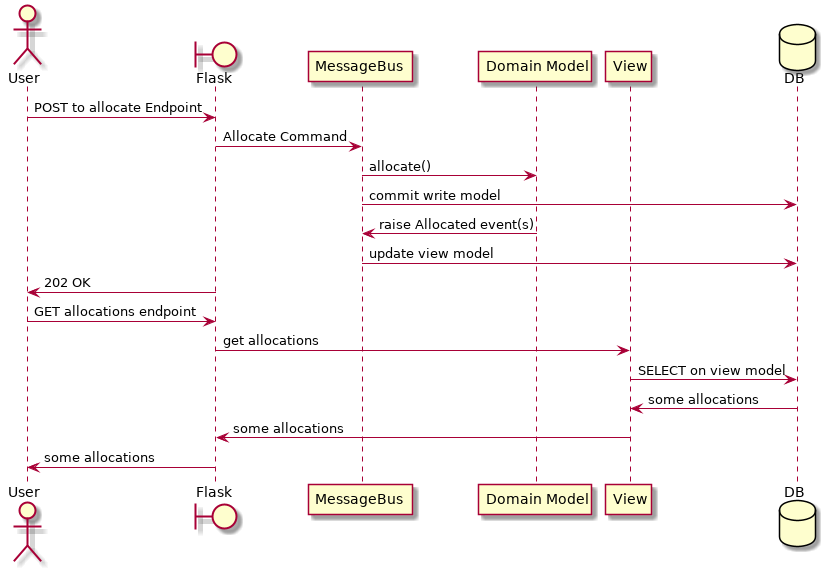
Above: images/read_model_sequence_diagram.png in cosmicpython/book (PlantUML), before the change.
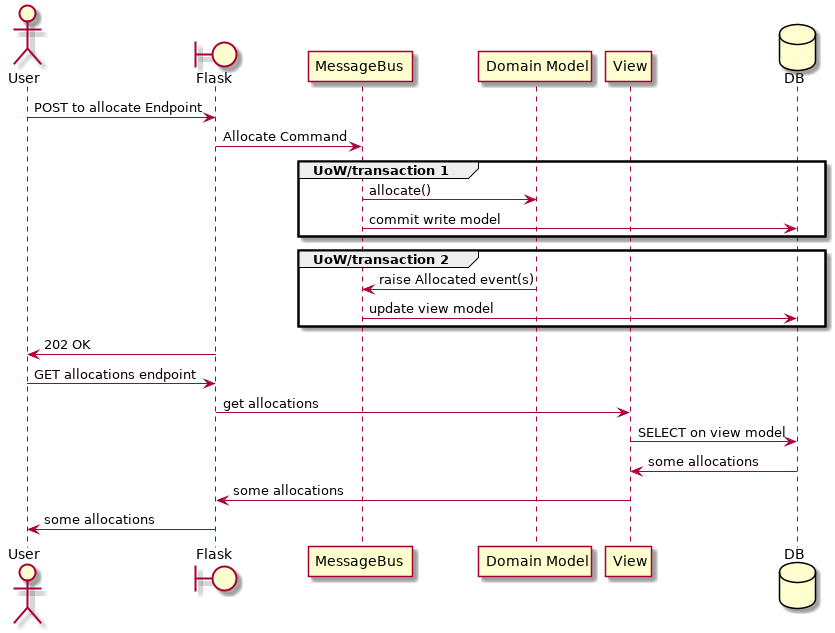
The same diagram one commit later.

Commit message:
chapter 11 cqrs is almost ready to go now

Change to the diagram source:
```diff
@@ -9,10 +9,15 @@
 User -> Flask: POST to allocate Endpoint
 Flask -> MessageBus : Allocate Command
 
-MessageBus -> Domain : allocate()
-MessageBus -> DB: commit write model
-Domain -> MessageBus : raise Allocated event(s)
-MessageBus -> DB : update view model
+group UoW/transaction 1
+    MessageBus -> Domain : allocate()
+    MessageBus -> DB: commit write model
+end
+
+group UoW/transaction 2
+    Domain -> MessageBus : raise Allocated event(s)
+    MessageBus -> DB : update view model
+end
 
 Flask -> User: 202 OK
 
```
